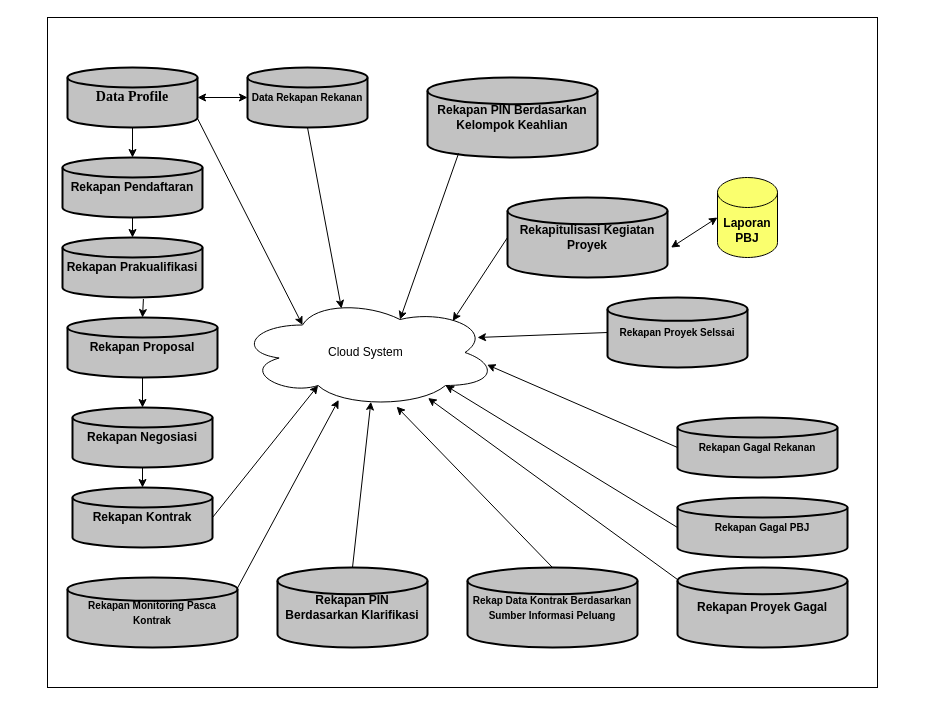
Tian7877/Hanoi_Tower keeps this draw.io diagram as Rekapan_data.drawio. Above is the earlier version. Source tidied: cells renumbered, new cells numbered last; positions are measured from the earlier drawing's top-left corner, leaving out a move shared by most shapes. Both pictures are drawn from the tidied source at 100%, with x=0, y=0 at pixel (47, 17).
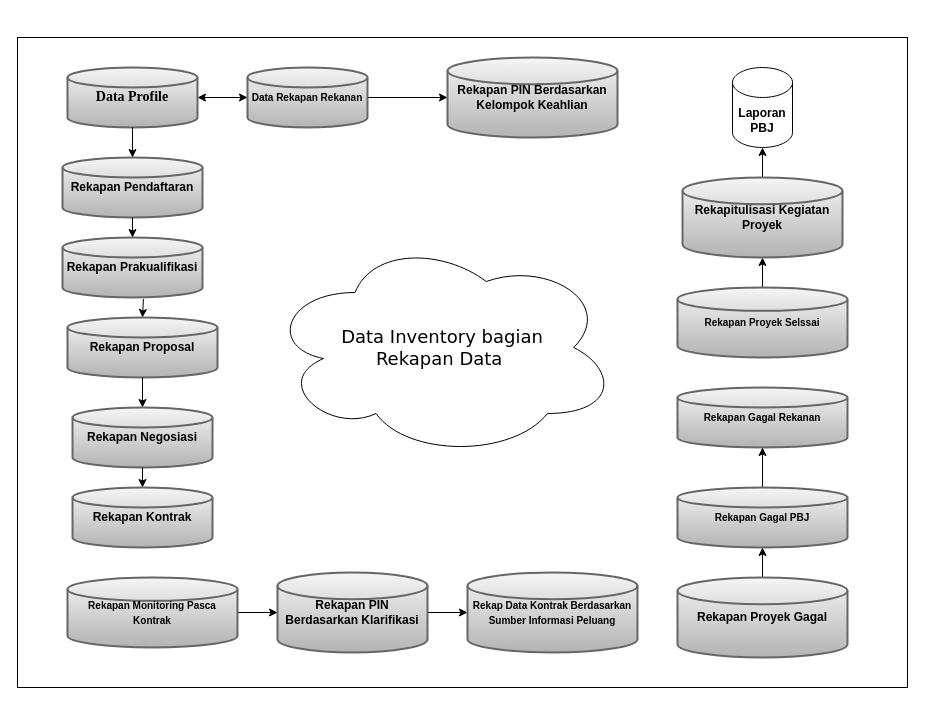
Above is the later version.

Diff of the diagram source:
```diff
@@
-    <mxCell id="2" value="&lt;font face=&quot;Times New Roman&quot; style=&quot;font-size: 14px;&quot;&gt;Data Profile&lt;/font&gt;" style="strokeWidth=2;html=1;shape=mxgraph.flowchart.database;whiteSpace=wrap;fontStyle=1;fillColor=#C2C2C2;" parent="1" vertex="1">
+    <mxCell id="2" value="&lt;font face=&quot;Times New Roman&quot; style=&quot;font-size: 14px;&quot;&gt;Data Profile&lt;/font&gt;" style="strokeWidth=2;html=1;shape=mxgraph.flowchart.database;whiteSpace=wrap;fontStyle=1;fillColor=#f5f5f5;strokeColor=#666666;gradientColor=#b3b3b3;" parent="1" vertex="1">
       <mxGeometry x="20" y="50" width="130" height="60" as="geometry" />
     </mxCell>
+    <mxCell id="40" style="edgeStyle=orthogonalEdgeStyle;rounded=0;jettySize=auto;html=1;" parent="1" edge="1" source="3" target="15">
+      <mxGeometry relative="1" as="geometry" />
+    </mxCell>
-    <mxCell id="3" value="&lt;font style=&quot;font-size: 10px;&quot;&gt;Data Rekapan Rekanan&lt;/font&gt;" style="strokeWidth=2;html=1;shape=mxgraph.flowchart.database;whiteSpace=wrap;fontStyle=1;fillColor=#C2C2C2;" parent="1" vertex="1">
+    <mxCell id="3" value="&lt;font style=&quot;font-size: 10px;&quot;&gt;Data Rekapan Rekanan&lt;/font&gt;" style="strokeWidth=2;html=1;shape=mxgraph.flowchart.database;whiteSpace=wrap;fontStyle=1;fillColor=#f5f5f5;gradientColor=#b3b3b3;strokeColor=#666666;" parent="1" vertex="1">
       <mxGeometry x="200" y="50" width="120" height="60" as="geometry" />
     </mxCell>
-    <mxCell id="4" value="Rekapan Pendaftaran" style="strokeWidth=2;html=1;shape=mxgraph.flowchart.database;whiteSpace=wrap;fontStyle=1;fillColor=#C2C2C2;" parent="1" vertex="1">
+    <mxCell id="4" value="Rekapan Pendaftaran" style="strokeWidth=2;html=1;shape=mxgraph.flowchart.database;whiteSpace=wrap;fontStyle=1;fillColor=#f5f5f5;gradientColor=#b3b3b3;strokeColor=#666666;" parent="1" vertex="1">
       <mxGeometry x="15" y="140" width="140" height="60" as="geometry" />
     </mxCell>
-    <mxCell id="5" value="Rekapan Prakualifikasi" style="strokeWidth=2;html=1;shape=mxgraph.flowchart.database;whiteSpace=wrap;fontStyle=1;fillColor=#C2C2C2;" parent="1" vertex="1">
+    <mxCell id="5" value="Rekapan Prakualifikasi" style="strokeWidth=2;html=1;shape=mxgraph.flowchart.database;whiteSpace=wrap;fontStyle=1;fillColor=#f5f5f5;gradientColor=#b3b3b3;strokeColor=#666666;" parent="1" vertex="1">
       <mxGeometry x="15" y="220" width="140" height="60" as="geometry" />
     </mxCell>
-    <mxCell id="6" value="Rekapan Proposal" style="strokeWidth=2;html=1;shape=mxgraph.flowchart.database;whiteSpace=wrap;fontStyle=1;fillColor=#C2C2C2;" parent="1" vertex="1">
+    <mxCell id="6" value="Rekapan Proposal" style="strokeWidth=2;html=1;shape=mxgraph.flowchart.database;whiteSpace=wrap;fontStyle=1;fillColor=#f5f5f5;gradientColor=#b3b3b3;strokeColor=#666666;" parent="1" vertex="1">
       <mxGeometry x="20" y="300" width="150" height="60" as="geometry" />
     </mxCell>
-    <mxCell id="7" value="Rekapan Negosiasi" style="strokeWidth=2;html=1;shape=mxgraph.flowchart.database;whiteSpace=wrap;fontStyle=1;fillColor=#C2C2C2;" parent="1" vertex="1">
+    <mxCell id="7" value="Rekapan Negosiasi" style="strokeWidth=2;html=1;shape=mxgraph.flowchart.database;whiteSpace=wrap;fontStyle=1;fillColor=#f5f5f5;gradientColor=#b3b3b3;strokeColor=#666666;" parent="1" vertex="1">
       <mxGeometry x="25" y="390" width="140" height="60" as="geometry" />
     </mxCell>
-    <mxCell id="8" value="Rekapan Kontrak" style="strokeWidth=2;html=1;shape=mxgraph.flowchart.database;whiteSpace=wrap;fontStyle=1;fillColor=#C2C2C2;" parent="1" vertex="1">
+    <mxCell id="8" value="Rekapan Kontrak" style="strokeWidth=2;html=1;shape=mxgraph.flowchart.database;whiteSpace=wrap;fontStyle=1;fillColor=#f5f5f5;gradientColor=#b3b3b3;strokeColor=#666666;" parent="1" vertex="1">
       <mxGeometry x="25" y="470" width="140" height="60" as="geometry" />
     </mxCell>
-    <mxCell id="9" value="&lt;font style=&quot;font-size: 10px;&quot;&gt;Rekapan Gagal Rekanan&lt;/font&gt;" style="strokeWidth=2;html=1;shape=mxgraph.flowchart.database;whiteSpace=wrap;fontStyle=1;fillColor=#C2C2C2;" parent="1" vertex="1">
-      <mxGeometry x="630" y="400" width="160" height="60" as="geometry" />
+    <mxCell id="9" value="&lt;font style=&quot;font-size: 10px;&quot;&gt;Rekapan Gagal Rekanan&lt;/font&gt;" style="strokeWidth=2;html=1;shape=mxgraph.flowchart.database;whiteSpace=wrap;fontStyle=1;fillColor=#f5f5f5;gradientColor=#b3b3b3;strokeColor=#666666;" parent="1" vertex="1">
+      <mxGeometry x="630" y="370" width="170" height="60" as="geometry" />
     </mxCell>
+    <mxCell id="41" style="edgeStyle=orthogonalEdgeStyle;rounded=0;jettySize=auto;html=1;" parent="1" edge="1" source="10" target="9">
+      <mxGeometry relative="1" as="geometry" />
+    </mxCell>
-    <mxCell id="10" value="&lt;font style=&quot;font-size: 10px;&quot;&gt;Rekapan Gagal PBJ&lt;/font&gt;" style="strokeWidth=2;html=1;shape=mxgraph.flowchart.database;whiteSpace=wrap;fontStyle=1;fillColor=#C2C2C2;" parent="1" vertex="1">
-      <mxGeometry x="630" y="480" width="170" height="60" as="geometry" />
+    <mxCell id="10" value="&lt;font style=&quot;font-size: 10px;&quot;&gt;Rekapan Gagal PBJ&lt;/font&gt;" style="strokeWidth=2;html=1;shape=mxgraph.flowchart.database;whiteSpace=wrap;fontStyle=1;fillColor=#f5f5f5;gradientColor=#b3b3b3;strokeColor=#666666;" parent="1" vertex="1">
+      <mxGeometry x="630" y="470" width="170" height="60" as="geometry" />
     </mxCell>
+    <mxCell id="42" style="edgeStyle=orthogonalEdgeStyle;rounded=0;jettySize=auto;html=1;" parent="1" edge="1" source="11" target="16">
+      <mxGeometry relative="1" as="geometry" />
+    </mxCell>
-    <mxCell id="11" value="&lt;b&gt;Rekapan PIN Berdasarkan Klarifikasi&lt;/b&gt;" style="strokeWidth=2;html=1;shape=mxgraph.flowchart.database;whiteSpace=wrap;fillColor=#C2C2C2;" parent="1" vertex="1">
-      <mxGeometry x="230" y="550" width="150" height="80" as="geometry" />
+    <mxCell id="11" value="&lt;b&gt;Rekapan PIN Berdasarkan Klarifikasi&lt;/b&gt;" style="strokeWidth=2;html=1;shape=mxgraph.flowchart.database;whiteSpace=wrap;fillColor=#f5f5f5;gradientColor=#b3b3b3;strokeColor=#666666;" parent="1" vertex="1">
+      <mxGeometry x="230" y="555" width="150" height="80" as="geometry" />
     </mxCell>
+    <mxCell id="43" style="edgeStyle=orthogonalEdgeStyle;rounded=0;jettySize=auto;html=1;" parent="1" edge="1" source="12" target="14">
+      <mxGeometry relative="1" as="geometry" />
+    </mxCell>
-    <mxCell id="12" value="&lt;font style=&quot;font-size: 10px;&quot;&gt;Rekapan Proyek Selssai&lt;/font&gt;" style="strokeWidth=2;html=1;shape=mxgraph.flowchart.database;whiteSpace=wrap;fontStyle=1;fillColor=#C2C2C2;" parent="1" vertex="1">
-      <mxGeometry x="560" y="280" width="140" height="70" as="geometry" />
+    <mxCell id="12" value="&lt;font style=&quot;font-size: 10px;&quot;&gt;Rekapan Proyek Selssai&lt;/font&gt;" style="strokeWidth=2;html=1;shape=mxgraph.flowchart.database;whiteSpace=wrap;fontStyle=1;fillColor=#f5f5f5;gradientColor=#b3b3b3;strokeColor=#666666;" parent="1" vertex="1">
+      <mxGeometry x="630" y="270" width="170" height="70" as="geometry" />
     </mxCell>
+    <mxCell id="44" style="edgeStyle=orthogonalEdgeStyle;rounded=0;jettySize=auto;html=1;" parent="1" edge="1" source="13" target="11">
+      <mxGeometry relative="1" as="geometry" />
+    </mxCell>
-    <mxCell id="13" value="&lt;span style=&quot;font-size: 10px;&quot;&gt;Rekapan Monitoring Pasca Kontrak&lt;/span&gt;" style="strokeWidth=2;html=1;shape=mxgraph.flowchart.database;whiteSpace=wrap;fontStyle=1;fillColor=#C2C2C2;" parent="1" vertex="1">
+    <mxCell id="13" value="&lt;span style=&quot;font-size: 10px;&quot;&gt;Rekapan Monitoring Pasca Kontrak&lt;/span&gt;" style="strokeWidth=2;html=1;shape=mxgraph.flowchart.database;whiteSpace=wrap;fontStyle=1;fillColor=#f5f5f5;gradientColor=#b3b3b3;strokeColor=#666666;" parent="1" vertex="1">
       <mxGeometry x="20" y="560" width="170" height="70" as="geometry" />
     </mxCell>
+    <mxCell id="38" style="edgeStyle=orthogonalEdgeStyle;rounded=0;jettySize=auto;html=1;" parent="1" edge="1" source="14" target="17">
+      <mxGeometry relative="1" as="geometry" />
+    </mxCell>
-    <mxCell id="14" value="&lt;b&gt;Rekapitulisasi Kegiatan Proyek&lt;/b&gt;" style="strokeWidth=2;html=1;shape=mxgraph.flowchart.database;whiteSpace=wrap;fillColor=#C2C2C2;" parent="1" vertex="1">
-      <mxGeometry x="460" y="180" width="160" height="80" as="geometry" />
+    <mxCell id="14" value="&lt;b&gt;Rekapitulisasi Kegiatan Proyek&lt;/b&gt;" style="strokeWidth=2;html=1;shape=mxgraph.flowchart.database;whiteSpace=wrap;fillColor=#f5f5f5;gradientColor=#b3b3b3;strokeColor=#666666;" parent="1" vertex="1">
+      <mxGeometry x="635" y="160" width="160" height="80" as="geometry" />
     </mxCell>
-    <mxCell id="15" value="&lt;b&gt;Rekapan PIN Berdasarkan Kelompok Keahlian&lt;/b&gt;" style="strokeWidth=2;html=1;shape=mxgraph.flowchart.database;whiteSpace=wrap;fillColor=#C2C2C2;" parent="1" vertex="1">
-      <mxGeometry x="380" y="60" width="170" height="80" as="geometry" />
+    <mxCell id="15" value="&lt;b&gt;Rekapan PIN Berdasarkan Kelompok Keahlian&lt;/b&gt;" style="strokeWidth=2;html=1;shape=mxgraph.flowchart.database;whiteSpace=wrap;fillColor=#f5f5f5;gradientColor=#b3b3b3;strokeColor=#666666;" parent="1" vertex="1">
+      <mxGeometry x="400" y="40" width="170" height="80" as="geometry" />
     </mxCell>
-    <mxCell id="16" value="&lt;font style=&quot;font-size: 10px;&quot;&gt;&lt;b&gt;Rekap Data Kontrak Berdasarkan Sumber Informasi Peluang&lt;/b&gt;&lt;/font&gt;" style="strokeWidth=2;html=1;shape=mxgraph.flowchart.database;whiteSpace=wrap;fillColor=#C2C2C2;" parent="1" vertex="1">
-      <mxGeometry x="420" y="550" width="170" height="80" as="geometry" />
+    <mxCell id="16" value="&lt;font style=&quot;font-size: 10px;&quot;&gt;&lt;b&gt;Rekap Data Kontrak Berdasarkan Sumber Informasi Peluang&lt;/b&gt;&lt;/font&gt;" style="strokeWidth=2;html=1;shape=mxgraph.flowchart.database;whiteSpace=wrap;fillColor=#f5f5f5;gradientColor=#b3b3b3;strokeColor=#666666;" parent="1" vertex="1">
+      <mxGeometry x="420" y="555" width="170" height="80" as="geometry" />
     </mxCell>
-    <mxCell id="17" value="&lt;b&gt;Laporan PBJ&lt;/b&gt;" style="shape=cylinder3;whiteSpace=wrap;html=1;boundedLbl=1;backgroundOutline=1;size=15;fillColor=#FAFF6E;" parent="1" vertex="1">
-      <mxGeometry x="670" y="160" width="60" height="80" as="geometry" />
+    <mxCell id="17" value="&lt;b&gt;Laporan PBJ&lt;/b&gt;" style="shape=cylinder3;whiteSpace=wrap;html=1;boundedLbl=1;backgroundOutline=1;size=15;" parent="1" vertex="1">
+      <mxGeometry x="685" y="50" width="60" height="80" as="geometry" />
     </mxCell>
+    <mxCell id="45" style="edgeStyle=orthogonalEdgeStyle;rounded=0;jettySize=auto;html=1;" parent="1" edge="1" source="18" target="10">
+      <mxGeometry relative="1" as="geometry" />
+    </mxCell>
-    <mxCell id="18" value="&lt;b&gt;Rekapan Proyek Gagal&lt;/b&gt;" style="strokeWidth=2;html=1;shape=mxgraph.flowchart.database;whiteSpace=wrap;fillColor=#C2C2C2;" parent="1" vertex="1">
-      <mxGeometry x="630" y="550" width="170" height="80" as="geometry" />
+    <mxCell id="18" value="&lt;b&gt;Rekapan Proyek Gagal&lt;/b&gt;" style="strokeWidth=2;html=1;shape=mxgraph.flowchart.database;whiteSpace=wrap;fillColor=#f5f5f5;gradientColor=#b3b3b3;strokeColor=#666666;" parent="1" vertex="1">
+      <mxGeometry x="630" y="560" width="170" height="80" as="geometry" />
     </mxCell>
@@
-    <mxCell id="25" value="Cloud System&amp;nbsp;" style="ellipse;shape=cloud;whiteSpace=wrap;html=1;" parent="1" vertex="1">
-      <mxGeometry x="190" y="280" width="260" height="110" as="geometry" />
+    <mxCell id="25" value="&lt;font style=&quot;font-size: 18px;&quot; face=&quot;Verdana&quot;&gt;Data Inventory bagian &lt;br&gt;Rekapan Data&amp;nbsp;&lt;/font&gt;" style="ellipse;shape=cloud;whiteSpace=wrap;html=1;" parent="1" vertex="1">
+      <mxGeometry x="220" y="220" width="350" height="220" as="geometry" />
     </mxCell>
-    <mxCell id="26" style="endArrow=classic;html=1;rounded=0;exitX=1;exitY=0.5;exitDx=0;exitDy=0;exitPerimeter=0;entryX=0.31;entryY=0.8;entryDx=0;entryDy=0;entryPerimeter=0;" parent="1" edge="1" source="8" target="25">
-      <mxGeometry relative="1" as="geometry" />
-    </mxCell>
-    <mxCell id="27" style="endArrow=classic;html=1;rounded=0;exitX=1;exitY=0.15;exitDx=0;exitDy=0;exitPerimeter=0;entryX=0.389;entryY=0.931;entryDx=0;entryDy=0;entryPerimeter=0;" parent="1" edge="1" source="13" target="25">
-      <mxGeometry relative="1" as="geometry" />
-    </mxCell>
-    <mxCell id="28" style="endArrow=classic;html=1;rounded=0;exitX=0.5;exitY=0;exitDx=0;exitDy=0;exitPerimeter=0;entryX=0.513;entryY=0.948;entryDx=0;entryDy=0;entryPerimeter=0;" parent="1" edge="1" source="11" target="25">
-      <mxGeometry relative="1" as="geometry" />
-    </mxCell>
-    <mxCell id="29" style="endArrow=classic;html=1;rounded=0;exitX=0.5;exitY=0;exitDx=0;exitDy=0;exitPerimeter=0;entryX=0.612;entryY=0.992;entryDx=0;entryDy=0;entryPerimeter=0;" parent="1" edge="1" source="16" target="25">
-      <mxGeometry relative="1" as="geometry" />
-    </mxCell>
-    <mxCell id="30" style="endArrow=classic;html=1;rounded=0;exitX=0;exitY=0.15;exitDx=0;exitDy=0;exitPerimeter=0;entryX=0.733;entryY=0.914;entryDx=0;entryDy=0;entryPerimeter=0;" parent="1" edge="1" source="18" target="25">
-      <mxGeometry relative="1" as="geometry" />
-    </mxCell>
-    <mxCell id="31" style="endArrow=classic;html=1;rounded=0;exitX=0;exitY=0.5;exitDx=0;exitDy=0;exitPerimeter=0;entryX=0.8;entryY=0.8;entryDx=0;entryDy=0;entryPerimeter=0;" parent="1" edge="1" source="10" target="25">
-      <mxGeometry relative="1" as="geometry" />
-    </mxCell>
-    <mxCell id="32" style="endArrow=classic;html=1;rounded=0;exitX=0;exitY=0.5;exitDx=0;exitDy=0;exitPerimeter=0;entryX=0.96;entryY=0.611;entryDx=0;entryDy=0;entryPerimeter=0;" parent="1" edge="1" source="9" target="25">
-      <mxGeometry relative="1" as="geometry" />
-    </mxCell>
-    <mxCell id="33" style="endArrow=classic;html=1;rounded=0;exitX=0;exitY=0.5;exitDx=0;exitDy=0;exitPerimeter=0;" parent="1" edge="1" source="12">
-      <mxGeometry relative="1" as="geometry">
-        <mxPoint x="430" y="320" as="targetPoint" />
-      </mxGeometry>
-    </mxCell>
-    <mxCell id="34" style="endArrow=classic;html=1;rounded=0;exitX=0;exitY=0.5;exitDx=0;exitDy=0;exitPerimeter=0;entryX=0.828;entryY=0.213;entryDx=0;entryDy=0;entryPerimeter=0;" parent="1" edge="1" source="14" target="25">
-      <mxGeometry relative="1" as="geometry" />
-    </mxCell>
-    <mxCell id="35" style="endArrow=classic;html=1;rounded=0;exitX=0.183;exitY=0.947;exitDx=0;exitDy=0;exitPerimeter=0;entryX=0.625;entryY=0.2;entryDx=0;entryDy=0;entryPerimeter=0;" parent="1" edge="1" source="15" target="25">
-      <mxGeometry relative="1" as="geometry" />
-    </mxCell>
-    <mxCell id="36" style="endArrow=classic;html=1;rounded=0;exitX=0.5;exitY=1;exitDx=0;exitDy=0;exitPerimeter=0;entryX=0.4;entryY=0.1;entryDx=0;entryDy=0;entryPerimeter=0;" parent="1" edge="1" source="3" target="25">
-      <mxGeometry relative="1" as="geometry" />
-    </mxCell>
-    <mxCell id="37" style="endArrow=classic;html=1;rounded=0;exitX=1;exitY=0.85;exitDx=0;exitDy=0;exitPerimeter=0;entryX=0.25;entryY=0.25;entryDx=0;entryDy=0;entryPerimeter=0;" parent="1" edge="1" source="2" target="25">
-      <mxGeometry relative="1" as="geometry" />
-    </mxCell>
-    <mxCell id="38" style="endArrow=classic;startArrow=classic;html=1;rounded=0;exitX=1.022;exitY=0.626;exitDx=0;exitDy=0;exitPerimeter=0;entryX=0;entryY=0.5;entryDx=0;entryDy=0;entryPerimeter=0;" parent="1" edge="1" source="14" target="17">
-      <mxGeometry relative="1" as="geometry" />
-    </mxCell>
-    <mxCell id="39" style="rounded=0;whiteSpace=wrap;html=1;fillColor=none;" parent="1" vertex="1">
-      <mxGeometry width="830" height="670" as="geometry" />
-    </mxCell>
+    <mxCell id="46" style="rounded=0;whiteSpace=wrap;html=1;fillColor=none;" parent="1" vertex="1">
+      <mxGeometry x="-30" y="20" width="890" height="650" as="geometry" />
+    </mxCell>
```
